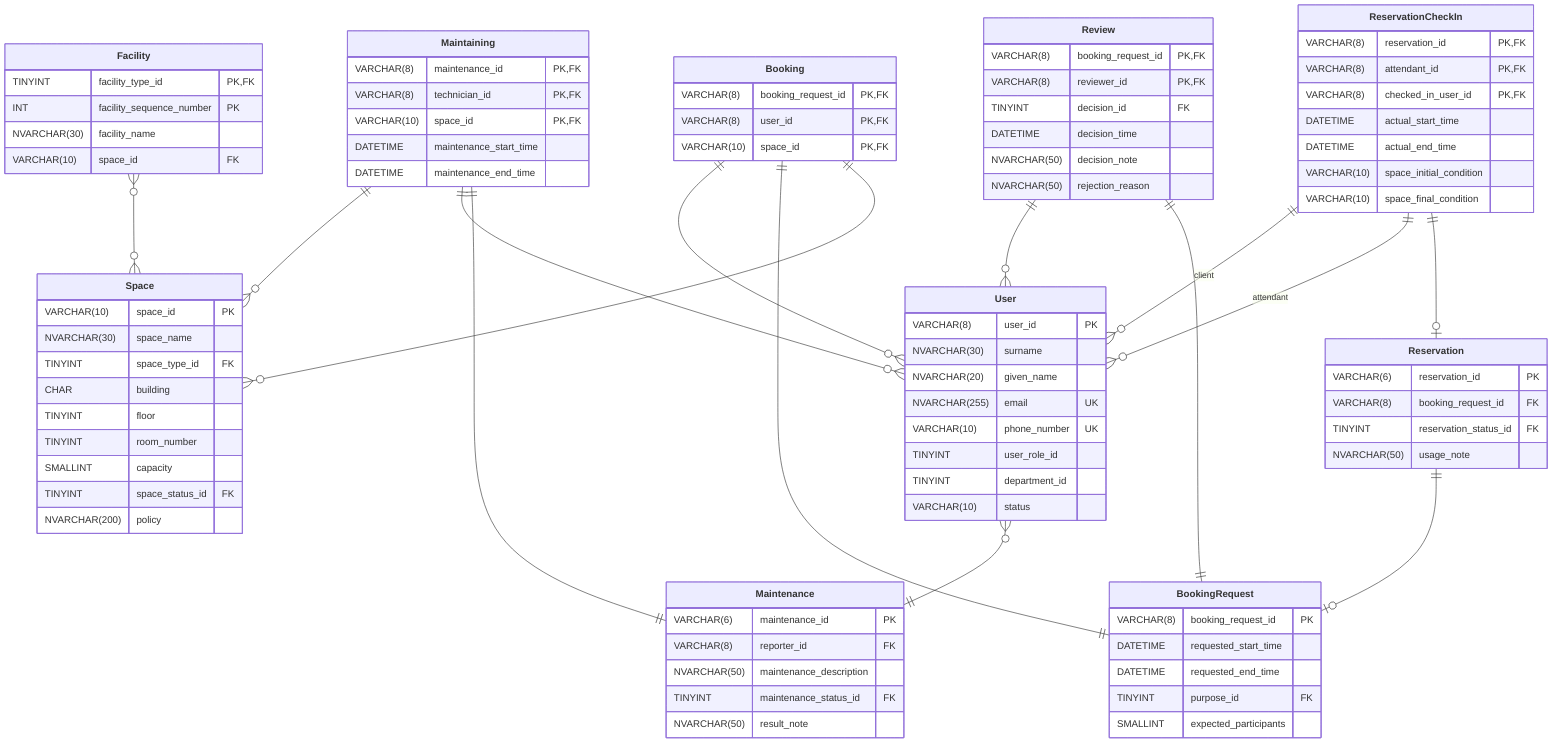
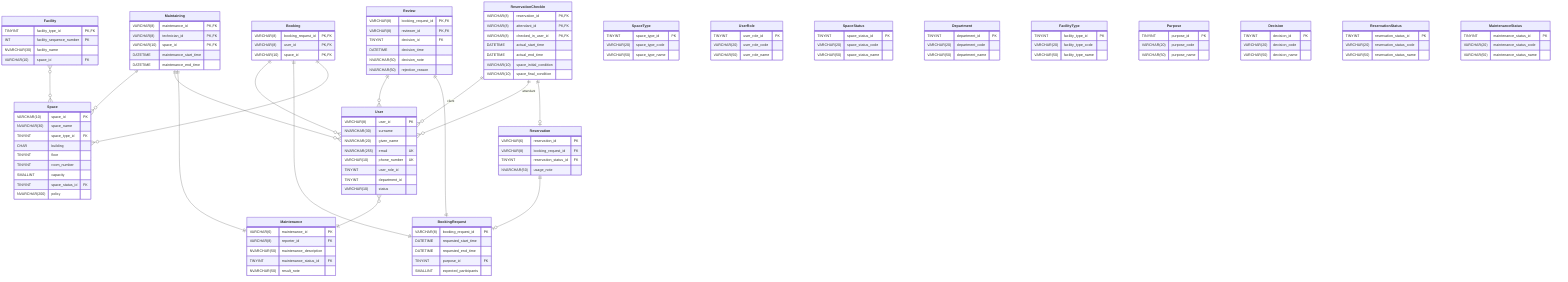
erDiagram

%%%%%%%%%%%%%%%%%%%%%%%%%%%%%%%%%%%%%
%%%%%%%%%%%%% ENTITIES %%%%%%%%%%%%%%
%%%%%%%%%%%%%%%%%%%%%%%%%%%%%%%%%%%%%
**Space** {
	VARCHAR(10) 	space_id 					PK
	NVARCHAR(30) 	space_name
	TINYINT 		space_type_id 				FK
	CHAR 			building
	TINYINT 		floor
	TINYINT 		room_number
	SMALLINT 		capacity
	TINYINT 		space_status_id				FK
	NVARCHAR(200) 	policy
}

**User** {
	VARCHAR(8) 		user_id 					PK
	NVARCHAR(30) 	surname
	NVARCHAR(20) 	given_name
	NVARCHAR(255) 	email 						UK
	VARCHAR(10) 	phone_number 				UK
	TINYINT 		user_role_id
	TINYINT 		department_id
	VARCHAR(10) 	status
}

**Facility** {
	TINYINT 		facility_type_id 			PK, FK
	INT 			facility_sequence_number 	PK
	NVARCHAR(30) 	facility_name
	VARCHAR(10) 	space_id 					FK
}

**BookingRequest** {
	VARCHAR(8) 		booking_request_id 			PK
	DATETIME 		requested_start_time
	DATETIME 		requested_end_time
	TINYINT 		purpose_id 					FK
	SMALLINT 		expected_participants
}

**Reservation** {
	VARCHAR(6) 		reservation_id 				PK
	VARCHAR(8) 		booking_request_id 			FK
	TINYINT 		reservation_status_id 		FK
	NVARCHAR(50)	usage_note
}

**Maintenance** {
	VARCHAR(6)		maintenance_id				PK
	VARCHAR(8)		reporter_id					FK
	NVARCHAR(50)	maintenance_description
	TINYINT			maintenance_status_id		FK
	NVARCHAR(50)	result_note
}

%%%%%%%%%%%%%%%%%%%%%%%%%%%%%%%%
%%% RELATIONSHIPS (EXCITING) %%%
%%%%%%%%%%%%%%%%%%%%%%%%%%%%%%%%
**Booking** {
	VARCHAR(8)		booking_request_id			PK, FK
	VARCHAR(8)		user_id						PK, FK
	VARCHAR(10)		space_id					PK, FK
}
**Booking** ||--o{ **User** : ​
**Booking** ||--|| **BookingRequest** : ​
**Booking** ||--o{ **Space** : ​

**Review** {
	VARCHAR(8) 		booking_request_id 			PK, FK
	VARCHAR(8) 		reviewer_id 				PK, FK
	TINYINT 		decision_id 				FK
	DATETIME 		decision_time
	NVARCHAR(50) 	decision_note
	NVARCHAR(50) 	rejection_reason
}
**Review** ||--o{ **User** : ​
**Review** ||--|| **BookingRequest** : ​


**ReservationCheckIn** {
	VARCHAR(8)		reservation_id				PK, FK
	VARCHAR(8)		attendant_id				PK, FK
	VARCHAR(8)		checked_in_user_id			PK, FK
	DATETIME		actual_start_time
	DATETIME		actual_end_time
	VARCHAR(10)		space_initial_condition
	VARCHAR(10)		space_final_condition
}
**ReservationCheckIn** ||--o{ **User** : client
**ReservationCheckIn** ||--o{ **User** : attendant
**ReservationCheckIn** ||--o| **Reservation** : ​

**Maintaining** {
	VARCHAR(8)		maintenance_id				PK, FK
	VARCHAR(8)		technician_id				PK, FK
	VARCHAR(10)		space_id					PK, FK
	DATETIME		maintenance_start_time
	DATETIME		maintenance_end_time
}
**Maintaining** ||--o{ **Space** : ​
**Maintaining** ||--o{ **User** : ​
**Maintaining** ||--|| **Maintenance**: ​

%%%%%%%%%%%%%%%%%%%%%%%%%%%%%%%%%%%%%%%%%
%%%%% RELATIONSHIPS (LESS EXCITING) %%%%%
%%%%%%%%%%%%%%%%%%%%%%%%%%%%%%%%%%%%%%%%%
**Facility** }o--o{ **Space** : ​
**Reservation** ||--o| **BookingRequest** : ​
- **User** }o--|| **Maintenance** : ​+ **User** }o--|| **Maintenance** : ​
+ 
+ %%%%%%%%%%%%%%%%%%%%%%%%%%%%%%%%%%%%%%%%%
+ %%%%%%%%%%% ENTITY (FUCKASS) %%%%%%%%%%%%
+ %%%%%%%%%%%%%%%%%%%%%%%%%%%%%%%%%%%%%%%%%
+ **SpaceType** {
+ 	TINYINT 		space_type_id 				PK
+ 	VARCHAR(20) 	space_type_code
+ 	VARCHAR(50)		space_type_name
+ }
+ **UserRole** {
+ 	TINYINT 		user_role_id 				PK
+ 	VARCHAR(20) 	user_role_code
+ 	VARCHAR(50)		user_role_name
+ }
+ **SpaceStatus** {
+ 	TINYINT 		space_status_id				PK
+ 	VARCHAR(20) 	space_status_code
+ 	VARCHAR(50)		space_status_name
+ }
+ **Department** {
+ 	TINYINT 		department_id 				PK
+ 	VARCHAR(20) 	department_code
+ 	VARCHAR(50)		department_name
+ }
+ **FacilityType** {
+ 	TINYINT 		facility_type_id			PK
+ 	VARCHAR(20) 	facility_type_code
+ 	VARCHAR(50)		facility_type_name
+ }
+ **Purpose** {
+ 	TINYINT 		purpose_id	 				PK
+ 	VARCHAR(20) 	purpose_code
+ 	VARCHAR(50)		purpose_name
+ }
+ **Decision** {
+ 	TINYINT 		decision_id 				PK
+ 	VARCHAR(20) 	decision_code
+ 	VARCHAR(50)		decision_name
+ }
+ **ReservationStatus** {
+ 	TINYINT 		reservation_status_id		PK
+ 	VARCHAR(20) 	reservation_status_code
+ 	VARCHAR(50)		reservation_status_name
+ }
+ **MaintenanceStatus** {
+ 	TINYINT 		maintenance_status_id		PK
+ 	VARCHAR(20) 	maintenance_status_code
+ 	VARCHAR(50)		maintenance_status_name
+ }
+ 
+ %%%%%%%%%%%%%%%%%%%%%%%%%%%%%%%%%%%%%%%%%
+ %%%%%%%% RELATIONSHIP (FUCKASS) %%%%%%%%%
+ %%%%%%%%%%%%%%%%%%%%%%%%%%%%%%%%%%%%%%%%%
